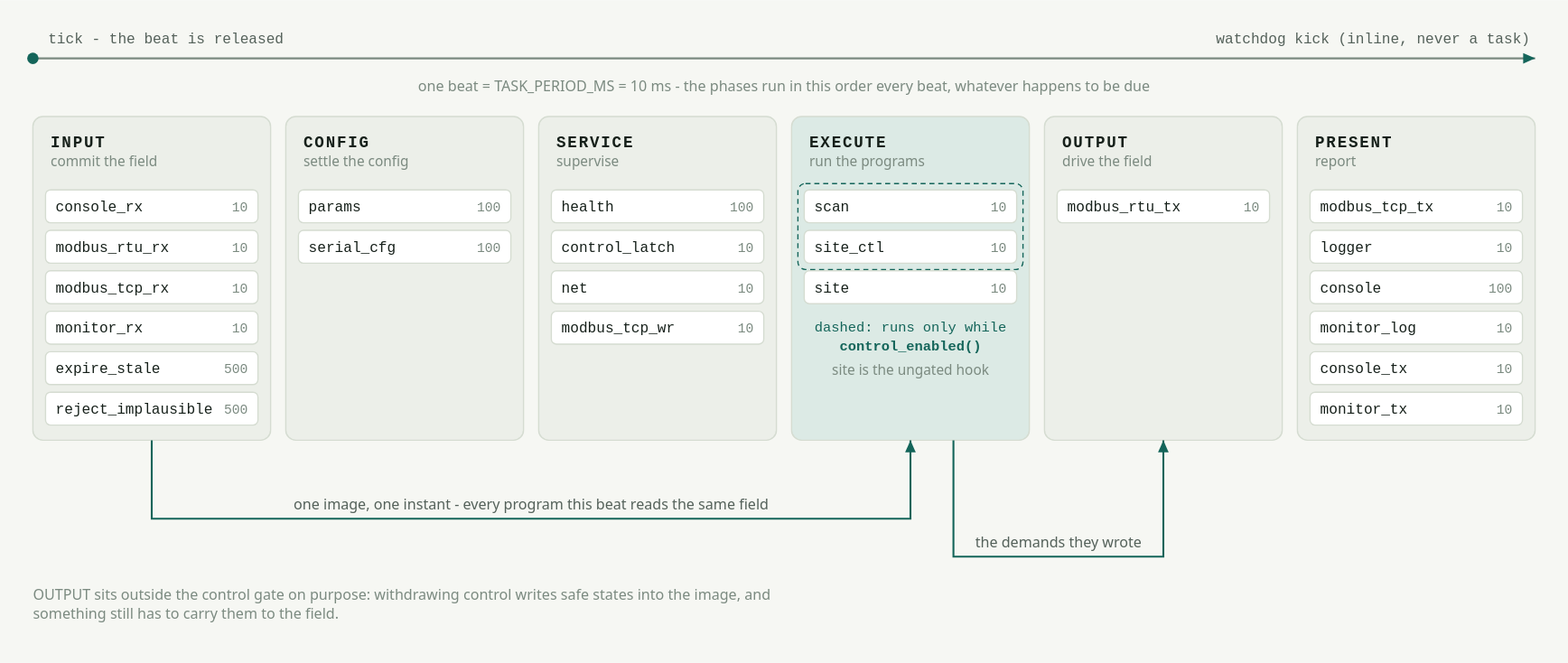
The draw.io diagram images/beat.drawio.svg in pstch/botanik2, before a commit. Source tidied: cells renumbered, new cells last; positions are measured from the earlier drawing's top-left corner, leaving out a move shared by most shapes.
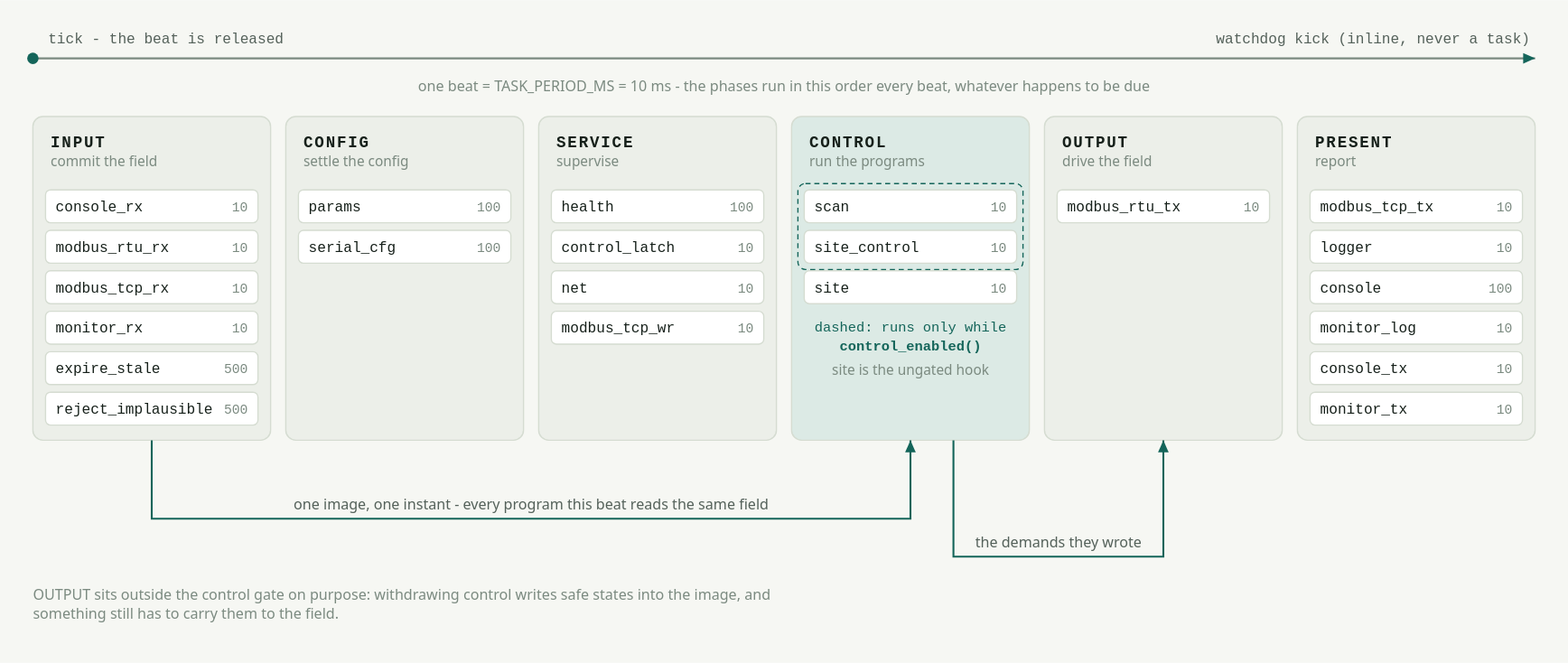
After the change.

What changed in the source:
```diff
@@ -161,7 +161,7 @@
     <mxCell id="53" style="rounded=1;arcSize=8;html=1;fillColor=#DCEAE5;strokeColor=#D5DCD1;" parent="1" vertex="1">
       <mxGeometry x="626" y="92" width="188" height="256" as="geometry" />
     </mxCell>
-    <mxCell id="54" value="EXECUTE" style="text;html=1;strokeColor=none;fillColor=none;align=left;verticalAlign=middle;whiteSpace=wrap;rounded=0;fontSize=12.5;fontColor=#16201A;fontFamily=Courier New;fontStyle=1;" parent="1" vertex="1">
+    <mxCell id="54" value="CONTROL" style="text;html=1;strokeColor=none;fillColor=none;align=left;verticalAlign=middle;whiteSpace=wrap;rounded=0;fontSize=12.5;fontColor=#16201A;fontFamily=Courier New;fontStyle=1;" parent="1" vertex="1">
       <mxGeometry x="640" y="104" width="160" height="18" as="geometry" />
     </mxCell>
     <mxCell id="55" value="run the programs" style="text;html=1;strokeColor=none;fillColor=none;align=left;verticalAlign=middle;whiteSpace=wrap;rounded=0;fontSize=11;fontColor=#7B8A80;fontFamily=Helvetica;fontStyle=0;" parent="1" vertex="1">
@@ -179,7 +179,7 @@
     <mxCell id="59" style="rounded=1;arcSize=16;html=1;fillColor=#FFFFFF;strokeColor=#D5DCD1;" parent="1" vertex="1">
       <mxGeometry x="636" y="182" width="168" height="26" as="geometry" />
     </mxCell>
-    <mxCell id="60" value="site_ctl" style="text;html=1;strokeColor=none;fillColor=none;align=left;verticalAlign=middle;whiteSpace=wrap;rounded=0;fontSize=11.5;fontColor=#16201A;fontFamily=Courier New;fontStyle=0;" parent="1" vertex="1">
+    <mxCell id="60" value="site_control" style="text;html=1;strokeColor=none;fillColor=none;align=left;verticalAlign=middle;whiteSpace=wrap;rounded=0;fontSize=11.5;fontColor=#16201A;fontFamily=Courier New;fontStyle=0;" parent="1" vertex="1">
       <mxGeometry x="644" y="182" width="110" height="26" as="geometry" />
     </mxCell>
     <mxCell id="61" value="10" style="text;html=1;strokeColor=none;fillColor=none;align=right;verticalAlign=middle;whiteSpace=wrap;rounded=0;fontSize=10.5;fontColor=#7B8A80;fontFamily=Courier New;fontStyle=0;" parent="1" vertex="1">
```
